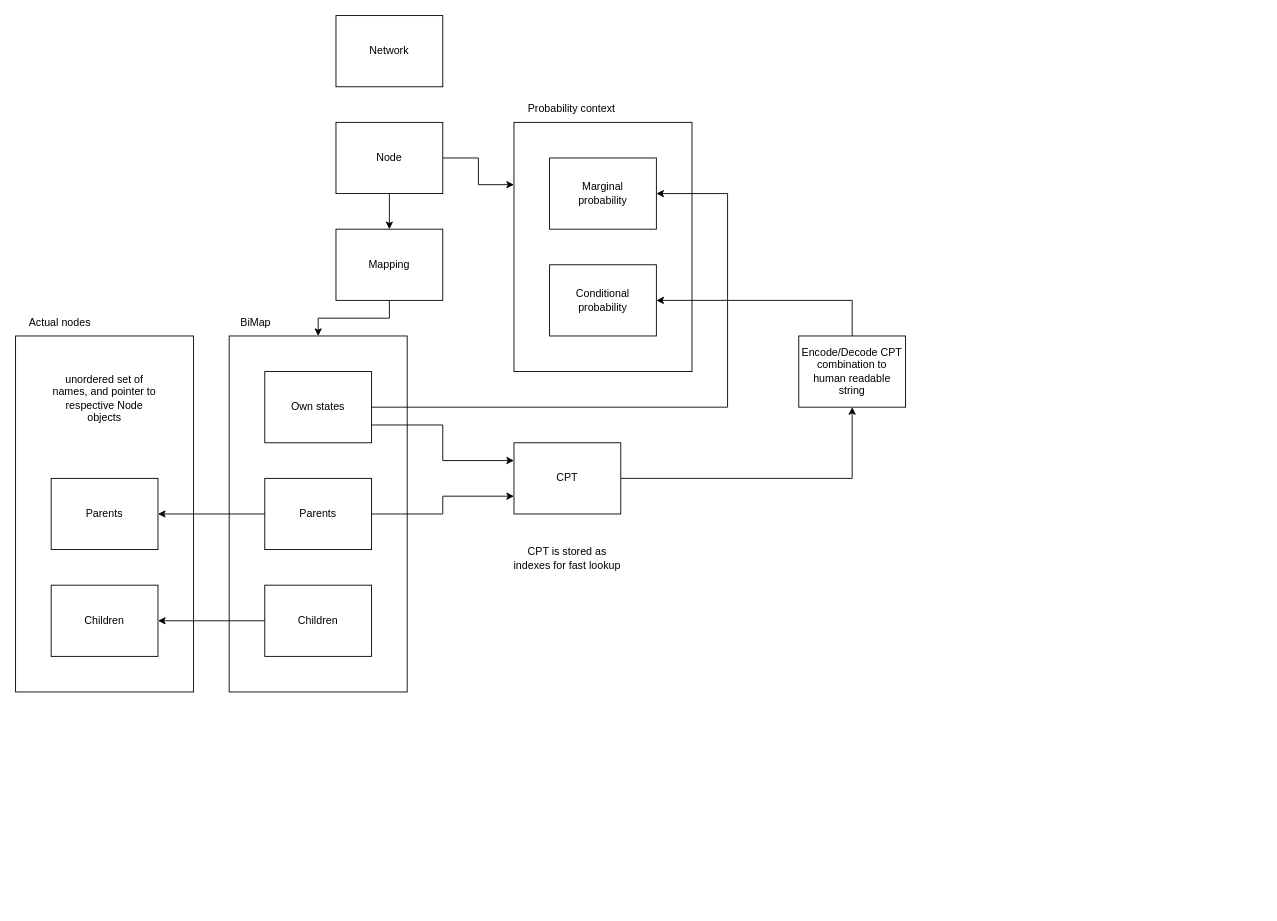
Earlier version of the draw.io diagram page "objectconcerns" (3 of 3) of go_bayes_diagram.drawio (achsanalfitra/go-bayes). Source tidied: cells renumbered, new cells numbered last; positions are measured from the earlier drawing's top-left corner, leaving out a move shared by most shapes. Both pictures are drawn from the tidied source at 89%, with x=0, y=0 at pixel (15, 15).
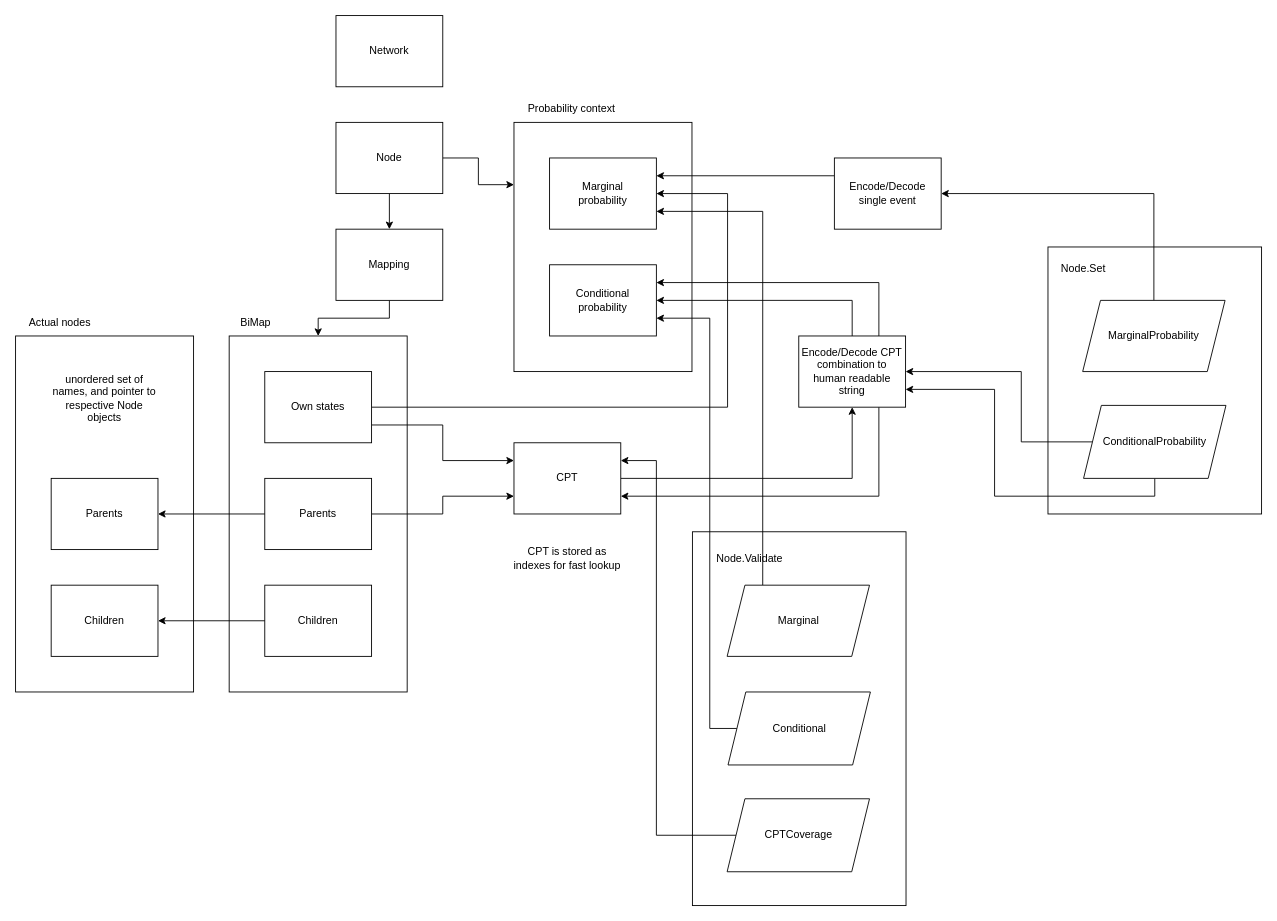
The same diagram, later.

Commit message (it also covers changes not shown here):
feat(node validator): implement a marginal validator for checking maringal coverage

Unchanged cells that the change refers to:
```xml
<mxCell id="8" value="Marginal&lt;div&gt;probability&lt;/div&gt;" style="rounded=0;whiteSpace=wrap;html=1;" parent="1" vertex="1">
  <mxGeometry x="600" y="160" width="120" height="80" as="geometry" />
</mxCell>
<mxCell id="9" value="&lt;div&gt;Conditional probability&lt;/div&gt;" style="rounded=0;whiteSpace=wrap;html=1;" parent="1" vertex="1">
  <mxGeometry x="600" y="280" width="120" height="80" as="geometry" />
</mxCell>
<mxCell id="27" value="&lt;div&gt;CPT&lt;/div&gt;" style="rounded=0;whiteSpace=wrap;html=1;" parent="1" vertex="1">
  <mxGeometry x="560" y="480" width="120" height="80" as="geometry" />
</mxCell>
<mxCell id="31" value="Encode/Decode CPT combination to human readable string" style="rounded=0;whiteSpace=wrap;html=1;" parent="1" vertex="1">
  <mxGeometry x="880" y="360" width="120" height="80" as="geometry" />
</mxCell>
```

Change to the diagram source:
```diff
@@
+    <mxCell id="32" style="rounded=0;whiteSpace=wrap;html=1;fontStyle=1;" parent="1" vertex="1">
+      <mxGeometry x="1160" y="260" width="240" height="300" as="geometry" />
+    </mxCell>
@@
+    <mxCell id="33" style="edgeStyle=orthogonalEdgeStyle;rounded=0;jettySize=auto;html=1;exitX=0.75;exitY=1;exitDx=0;exitDy=0;entryX=1;entryY=0.75;entryDx=0;entryDy=0;strokeColor=light-dark(#000000,#37FF00);" parent="1" edge="1" source="31" target="27">
+      <mxGeometry relative="1" as="geometry" />
+    </mxCell>
+    <mxCell id="34" style="edgeStyle=orthogonalEdgeStyle;rounded=0;jettySize=auto;html=1;exitX=0.75;exitY=0;exitDx=0;exitDy=0;entryX=1;entryY=0.25;entryDx=0;entryDy=0;strokeColor=light-dark(#000000,#FF0000);" parent="1" edge="1" source="31" target="9">
+      <mxGeometry relative="1" as="geometry" />
+    </mxCell>
@@
+    <mxCell id="35" style="edgeStyle=orthogonalEdgeStyle;rounded=0;jettySize=auto;html=1;exitX=0.5;exitY=0;exitDx=0;exitDy=0;entryX=1;entryY=0.5;entryDx=0;entryDy=0;" parent="1" edge="1" source="36" target="42">
+      <mxGeometry relative="1" as="geometry" />
+    </mxCell>
+    <mxCell id="36" value="MarginalProbability" style="shape=parallelogram;perimeter=parallelogramPerimeter;whiteSpace=wrap;html=1;fixedSize=1;" parent="1" vertex="1">
+      <mxGeometry x="1199" y="320" width="160" height="80" as="geometry" />
+    </mxCell>
+    <mxCell id="37" style="edgeStyle=orthogonalEdgeStyle;rounded=0;jettySize=auto;html=1;exitX=0.5;exitY=1;exitDx=0;exitDy=0;entryX=1;entryY=0.75;entryDx=0;entryDy=0;strokeColor=light-dark(#000000,#37FF00);" parent="1" edge="1" source="39" target="31">
+      <mxGeometry relative="1" as="geometry" />
+    </mxCell>
+    <mxCell id="38" style="edgeStyle=orthogonalEdgeStyle;rounded=0;jettySize=auto;html=1;exitX=0;exitY=0.5;exitDx=0;exitDy=0;strokeColor=light-dark(#000000,#FF0000);" parent="1" edge="1" source="39" target="31">
+      <mxGeometry relative="1" as="geometry">
+        <Array as="points">
+          <mxPoint x="1130" y="479" />
+          <mxPoint x="1130" y="400" />
+        </Array>
+      </mxGeometry>
+    </mxCell>
+    <mxCell id="39" value="ConditionalProbability" style="shape=parallelogram;perimeter=parallelogramPerimeter;whiteSpace=wrap;html=1;fixedSize=1;" parent="1" vertex="1">
+      <mxGeometry x="1200" y="438" width="160" height="82" as="geometry" />
+    </mxCell>
+    <mxCell id="40" value="Node.Set" style="text;html=1;align=center;verticalAlign=middle;whiteSpace=wrap;rounded=0;" parent="1" vertex="1">
+      <mxGeometry x="1170" y="270" width="60" height="30" as="geometry" />
+    </mxCell>
+    <mxCell id="41" style="edgeStyle=orthogonalEdgeStyle;rounded=0;jettySize=auto;html=1;exitX=0;exitY=0.25;exitDx=0;exitDy=0;entryX=1;entryY=0.25;entryDx=0;entryDy=0;" parent="1" edge="1" source="42" target="8">
+      <mxGeometry relative="1" as="geometry" />
+    </mxCell>
+    <mxCell id="42" value="Encode/Decode single event" style="rounded=0;whiteSpace=wrap;html=1;" parent="1" vertex="1">
+      <mxGeometry x="920" y="160" width="120" height="80" as="geometry" />
+    </mxCell>
+    <mxCell id="43" style="rounded=0;whiteSpace=wrap;html=1;fontStyle=1;" parent="1" vertex="1">
+      <mxGeometry x="760.5" y="580" width="240" height="420" as="geometry" />
+    </mxCell>
+    <mxCell id="44" style="edgeStyle=orthogonalEdgeStyle;rounded=0;jettySize=auto;html=1;exitX=0.25;exitY=0;exitDx=0;exitDy=0;entryX=1;entryY=0.75;entryDx=0;entryDy=0;" parent="1" edge="1" source="45" target="8">
+      <mxGeometry relative="1" as="geometry" />
+    </mxCell>
+    <mxCell id="45" value="Marginal" style="shape=parallelogram;perimeter=parallelogramPerimeter;whiteSpace=wrap;html=1;fixedSize=1;" parent="1" vertex="1">
+      <mxGeometry x="799.5" y="640" width="160" height="80" as="geometry" />
+    </mxCell>
+    <mxCell id="46" style="edgeStyle=orthogonalEdgeStyle;rounded=0;jettySize=auto;html=1;exitX=0;exitY=0.5;exitDx=0;exitDy=0;entryX=1;entryY=0.25;entryDx=0;entryDy=0;" parent="1" edge="1" source="47" target="27">
+      <mxGeometry relative="1" as="geometry">
+        <Array as="points">
+          <mxPoint x="720" y="921" />
+          <mxPoint x="720" y="500" />
+        </Array>
+      </mxGeometry>
+    </mxCell>
+    <mxCell id="47" value="CPTCoverage" style="shape=parallelogram;perimeter=parallelogramPerimeter;whiteSpace=wrap;html=1;fixedSize=1;" parent="1" vertex="1">
+      <mxGeometry x="799.5" y="880" width="160" height="82" as="geometry" />
+    </mxCell>
+    <mxCell id="48" value="Node.Validate" style="text;html=1;align=center;verticalAlign=middle;whiteSpace=wrap;rounded=0;" parent="1" vertex="1">
+      <mxGeometry x="780" y="595" width="90" height="30" as="geometry" />
+    </mxCell>
+    <mxCell id="49" style="edgeStyle=orthogonalEdgeStyle;rounded=0;jettySize=auto;html=1;exitX=0;exitY=0.5;exitDx=0;exitDy=0;entryX=1;entryY=0.75;entryDx=0;entryDy=0;" parent="1" edge="1" source="50" target="9">
+      <mxGeometry relative="1" as="geometry">
+        <Array as="points">
+          <mxPoint x="780" y="801" />
+          <mxPoint x="780" y="340" />
+        </Array>
+      </mxGeometry>
+    </mxCell>
+    <mxCell id="50" value="Conditional" style="shape=parallelogram;perimeter=parallelogramPerimeter;whiteSpace=wrap;html=1;fixedSize=1;" parent="1" vertex="1">
+      <mxGeometry x="800.5" y="760" width="160" height="82" as="geometry" />
+    </mxCell>
```
